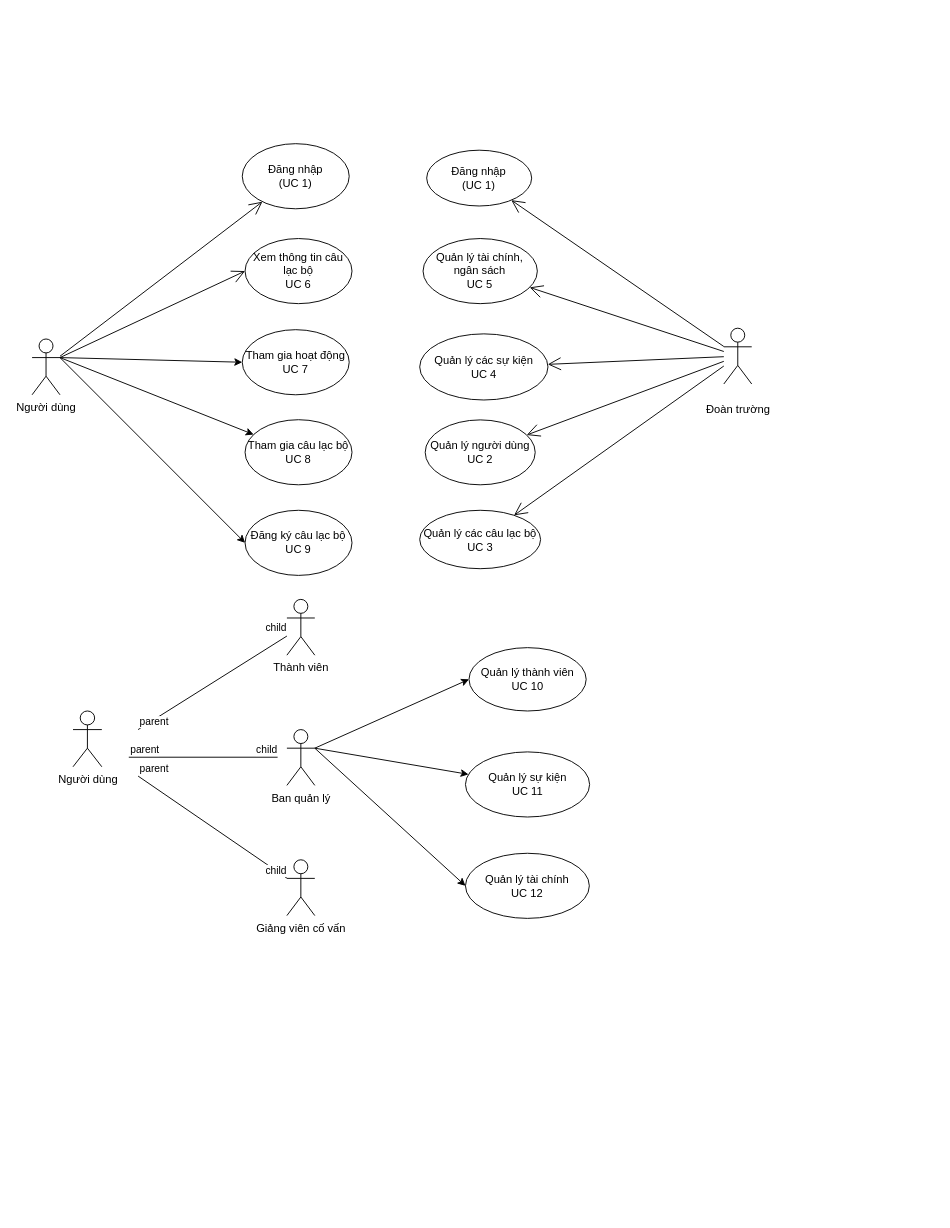
Before: page "users" (16 of 19) of Diagram.drawio in DnhTrn/finall_project, a draw.io diagram. Source tidied: cells renumbered, new cells numbered last; positions are measured from the earlier drawing's top-left corner, leaving out a move shared by most shapes. Both pictures are drawn from the tidied source at 93%, with x=0, y=0 at pixel (32, 143).
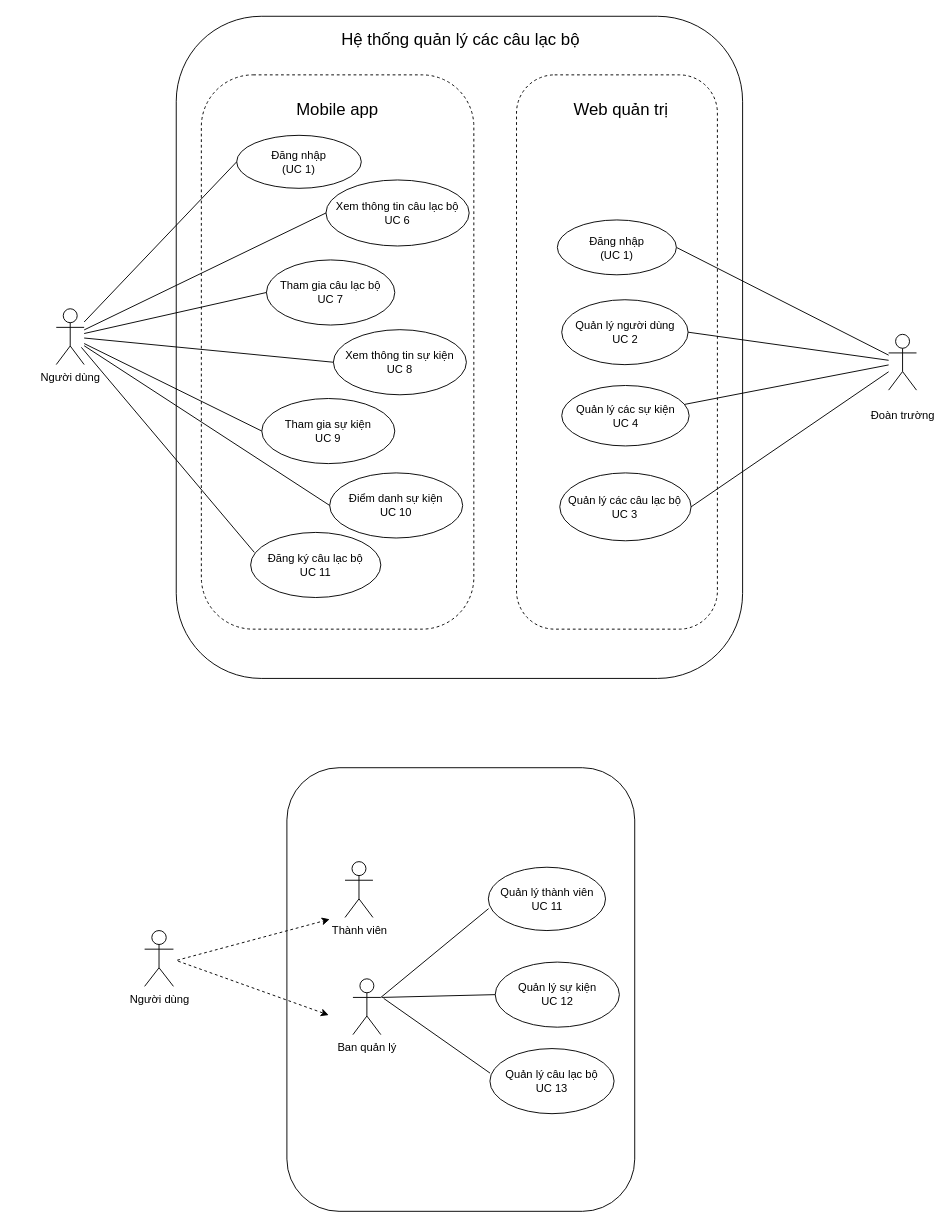
Above is the later version.

Diff of the diagram source:
```diff
@@
+    <mxCell id="43" style="rounded=1;whiteSpace=wrap;html=1;" parent="1" vertex="1">
+      <mxGeometry x="274" y="671" width="374" height="477" as="geometry" />
+    </mxCell>
+    <mxCell id="44" style="rounded=1;whiteSpace=wrap;html=1;" parent="1" vertex="1">
+      <mxGeometry x="155" y="-137" width="609" height="712" as="geometry" />
+    </mxCell>
+    <mxCell id="45" style="rounded=1;whiteSpace=wrap;html=1;arcSize=19;dashed=1;" parent="1" vertex="1">
+      <mxGeometry x="520.9" y="-74" width="216" height="596" as="geometry" />
+    </mxCell>
+    <mxCell id="46" style="rounded=1;whiteSpace=wrap;html=1;arcSize=19;dashed=1;" parent="1" vertex="1">
+      <mxGeometry x="182" y="-74" width="293" height="596" as="geometry" />
+    </mxCell>
     <mxCell id="2" value="Người dùng" style="shape=umlActor;verticalLabelPosition=bottom;verticalAlign=top;html=1;" parent="1" vertex="1">
-      <mxGeometry x="44" y="610" width="31" height="60" as="geometry" />
+      <mxGeometry x="121" y="846.1" width="31" height="60" as="geometry" />
     </mxCell>
-    <mxCell id="3" style="rounded=0;jettySize=auto;html=1;exitX=1;exitY=0.3333333333333333;exitDx=0;exitDy=0;exitPerimeter=0;entryX=0;entryY=0.5;entryDx=0;entryDy=0;" parent="1" edge="1" source="6" target="18">
+    <mxCell id="3" style="rounded=0;jettySize=auto;html=1;exitX=1;exitY=0.3333333333333333;exitDx=0;exitDy=0;exitPerimeter=0;entryX=0.002;entryY=0.654;entryDx=0;entryDy=0;endArrow=none;endFill=0;entryPerimeter=0;" parent="1" edge="1" source="6" target="18">
       <mxGeometry relative="1" as="geometry" />
     </mxCell>
-    <mxCell id="4" style="rounded=0;jettySize=auto;html=1;exitX=1;exitY=0.3333333333333333;exitDx=0;exitDy=0;exitPerimeter=0;" parent="1" edge="1" source="6" target="19">
-      <mxGeometry relative="1" as="geometry" />
-    </mxCell>
-    <mxCell id="5" style="rounded=0;jettySize=auto;html=1;exitX=1;exitY=0.3333333333333333;exitDx=0;exitDy=0;exitPerimeter=0;entryX=0.5;entryY=1;entryDx=0;entryDy=0;" parent="1" edge="1" source="6" target="20">
-      <mxGeometry relative="1" as="geometry" />
-    </mxCell>
     <mxCell id="6" value="Ban quản lý" style="shape=umlActor;verticalLabelPosition=bottom;verticalAlign=top;html=1;outlineConnect=0;" parent="1" vertex="1">
-      <mxGeometry x="274" y="630" width="30" height="60" as="geometry" />
+      <mxGeometry x="345" y="898" width="30" height="60" as="geometry" />
     </mxCell>
     <mxCell id="7" value="Thành viên" style="shape=umlActor;verticalLabelPosition=bottom;verticalAlign=top;html=1;outlineConnect=0;" parent="1" vertex="1">
-      <mxGeometry x="274" y="490" width="30" height="60" as="geometry" />
+      <mxGeometry x="336.5" y="772" width="30" height="60" as="geometry" />
     </mxCell>
-    <mxCell id="8" value="Giảng viên cố vấn" style="shape=umlActor;verticalLabelPosition=bottom;verticalAlign=top;html=1;outlineConnect=0;" parent="1" vertex="1">
-      <mxGeometry x="274" y="770" width="30" height="60" as="geometry" />
-    </mxCell>
-    <mxCell id="9" style="endArrow=none;html=1;rounded=0;" parent="1" edge="1">
-      <mxGeometry relative="1" as="geometry">
-        <mxPoint x="104" y="659.7" as="sourcePoint" />
-        <mxPoint x="264" y="659.7" as="targetPoint" />
-      </mxGeometry>
-    </mxCell>
-    <mxCell id="10" value="parent" style="edgeLabel;html=1;align=left;verticalAlign=bottom;" parent="9" vertex="1">
-      <mxGeometry x="-1" relative="1" as="geometry" />
-    </mxCell>
-    <mxCell id="11" value="child" style="edgeLabel;html=1;align=right;verticalAlign=bottom;" parent="9" vertex="1">
-      <mxGeometry x="1" relative="1" as="geometry" />
-    </mxCell>
-    <mxCell id="12" style="endArrow=none;html=1;rounded=0;" parent="1" edge="1" target="7">
-      <mxGeometry relative="1" as="geometry">
-        <mxPoint x="114" y="630" as="sourcePoint" />
-      </mxGeometry>
-    </mxCell>
-    <mxCell id="13" value="parent" style="edgeLabel;html=1;align=left;verticalAlign=bottom;" parent="12" vertex="1">
-      <mxGeometry x="-1" relative="1" as="geometry" />
-    </mxCell>
-    <mxCell id="14" value="child" style="edgeLabel;html=1;align=right;verticalAlign=bottom;" parent="12" vertex="1">
-      <mxGeometry x="1" relative="1" as="geometry" />
-    </mxCell>
-    <mxCell id="15" style="endArrow=none;html=1;rounded=0;" parent="1" edge="1" target="8">
-      <mxGeometry relative="1" as="geometry">
-        <mxPoint x="114" y="680" as="sourcePoint" />
-      </mxGeometry>
-    </mxCell>
-    <mxCell id="16" value="parent" style="edgeLabel;html=1;align=left;verticalAlign=bottom;" parent="15" vertex="1">
-      <mxGeometry x="-1" relative="1" as="geometry" />
-    </mxCell>
-    <mxCell id="17" value="child" style="edgeLabel;html=1;align=right;verticalAlign=bottom;" parent="15" vertex="1">
-      <mxGeometry x="1" relative="1" as="geometry" />
-    </mxCell>
-    <mxCell id="18" value="Quản lý thành viên&lt;div&gt;UC 10&lt;/div&gt;" style="ellipse;whiteSpace=wrap;html=1;" parent="1" vertex="1">
-      <mxGeometry x="469.8" y="541.9" width="126" height="68.1" as="geometry" />
+    <mxCell id="18" value="Quản lý thành viên&lt;div&gt;UC 11&lt;/div&gt;" style="ellipse;whiteSpace=wrap;html=1;" parent="1" vertex="1">
+      <mxGeometry x="490.6" y="778" width="126" height="68.1" as="geometry" />
     </mxCell>
-    <mxCell id="19" value="Quản lý sự kiện&lt;div&gt;UC 11&lt;/div&gt;" style="ellipse;whiteSpace=wrap;html=1;" parent="1" vertex="1">
-      <mxGeometry x="466" y="654" width="133.5" height="70" as="geometry" />
+    <mxCell id="19" value="Quản lý sự kiện&lt;div&gt;UC 12&lt;/div&gt;" style="ellipse;whiteSpace=wrap;html=1;" parent="1" vertex="1">
+      <mxGeometry x="498" y="880" width="133.5" height="70" as="geometry" />
     </mxCell>
-    <mxCell id="20" value="Quản lý tài chính&lt;div&gt;UC 12&lt;/div&gt;" style="ellipse;whiteSpace=wrap;html=1;direction=south;" parent="1" vertex="1">
-      <mxGeometry x="466" y="763" width="133.2" height="70" as="geometry" />
-    </mxCell>
-    <mxCell id="21" style="rounded=0;jettySize=auto;html=1;exitX=1;exitY=0.3333333333333333;exitDx=0;exitDy=0;exitPerimeter=0;entryX=0;entryY=0.5;entryDx=0;entryDy=0;" parent="1" edge="1" source="24" target="40">
+    <mxCell id="21" style="rounded=0;jettySize=auto;html=1;entryX=0;entryY=0.5;entryDx=0;entryDy=0;endArrow=none;endFill=0;" parent="1" edge="1" source="24" target="40">
       <mxGeometry relative="1" as="geometry" />
     </mxCell>
-    <mxCell id="22" style="rounded=0;jettySize=auto;html=1;exitX=1;exitY=0.3333333333333333;exitDx=0;exitDy=0;exitPerimeter=0;" parent="1" edge="1" source="24" target="41">
-      <mxGeometry relative="1" as="geometry" />
-    </mxCell>
-    <mxCell id="23" style="rounded=0;jettySize=auto;html=1;exitX=1;exitY=0.3333333333333333;exitDx=0;exitDy=0;exitPerimeter=0;entryX=0;entryY=0.5;entryDx=0;entryDy=0;" parent="1" edge="1" source="24" target="42">
-      <mxGeometry relative="1" as="geometry" />
+    <mxCell id="23" style="rounded=0;orthogonalLoop=1;jettySize=auto;html=1;entryX=0;entryY=0.5;entryDx=0;entryDy=0;endArrow=none;endFill=0;" parent="1" edge="1">
+      <mxGeometry relative="1" as="geometry">
+        <mxPoint x="53" y="219" as="sourcePoint" />
+        <mxPoint x="239" y="439.5" as="targetPoint" />
+      </mxGeometry>
     </mxCell>
     <mxCell id="24" value="Người dùng" style="shape=umlActor;verticalLabelPosition=bottom;verticalAlign=top;html=1;outlineConnect=0;" parent="1" vertex="1">
-      <mxGeometry y="210" width="30" height="60" as="geometry" />
+      <mxGeometry x="26" y="177.5" width="30" height="60" as="geometry" />
     </mxCell>
     <mxCell id="25" value="&lt;div&gt;&lt;br&gt;&lt;/div&gt;&lt;div&gt;Đoàn trường&lt;/div&gt;" style="shape=umlActor;verticalLabelPosition=bottom;verticalAlign=top;html=1;outlineConnect=0;" parent="1" vertex="1">
-      <mxGeometry x="743.8" y="198.4" width="30" height="60" as="geometry" />
+      <mxGeometry x="921" y="205" width="30" height="60" as="geometry" />
     </mxCell>
     <mxCell id="26" value="Quản lý các câu lạc bộ&lt;div&gt;UC 3&lt;/div&gt;" style="ellipse;whiteSpace=wrap;html=1;" parent="1" vertex="1">
-      <mxGeometry x="416.8" y="394.2" width="130" height="62.8" as="geometry" />
+      <mxGeometry x="567.4" y="354" width="141.2" height="73" as="geometry" />
     </mxCell>
     <mxCell id="27" value="Đăng nhập&lt;div&gt;(UC 1)&lt;/div&gt;" style="ellipse;whiteSpace=wrap;html=1;" parent="1" vertex="1">
-      <mxGeometry x="226" width="115" height="70" as="geometry" />
+      <mxGeometry x="220" y="-9" width="134" height="57" as="geometry" />
     </mxCell>
-    <mxCell id="28" style="endArrow=open;endFill=1;endSize=12;html=1;rounded=0;" parent="1" edge="1" source="24" target="27">
+    <mxCell id="28" style="endArrow=none;endFill=0;endSize=12;html=1;rounded=0;entryX=0;entryY=0.5;entryDx=0;entryDy=0;" parent="1" edge="1" source="24" target="27">
       <mxGeometry relative="1" as="geometry" />
     </mxCell>
-    <mxCell id="29" style="endArrow=open;endFill=1;endSize=12;html=1;rounded=0;" parent="1" edge="1" source="25" target="26">
+    <mxCell id="29" style="endArrow=none;endFill=0;endSize=12;html=1;rounded=0;entryX=1;entryY=0.5;entryDx=0;entryDy=0;" parent="1" edge="1" source="25" target="26">
       <mxGeometry relative="1" as="geometry" />
     </mxCell>
     <mxCell id="30" value="Quản lý các&lt;span style=&quot;background-color: initial;&quot;&gt;&amp;nbsp;sự kiện&lt;/span&gt;&lt;div&gt;&lt;span style=&quot;background-color: initial;&quot;&gt;UC 4&lt;/span&gt;&lt;/div&gt;" style="ellipse;whiteSpace=wrap;html=1;" parent="1" vertex="1">
-      <mxGeometry x="416.8" y="204.5" width="137.9" height="71.1" as="geometry" />
+      <mxGeometry x="569.5" y="260" width="137" height="65" as="geometry" />
     </mxCell>
-    <mxCell id="31" value="Quản lý tài chính,&lt;div&gt;&lt;span style=&quot;background-color: initial;&quot;&gt;ngân sách&lt;/span&gt;&lt;/div&gt;&lt;div&gt;&lt;span style=&quot;background-color: initial;&quot;&gt;UC 5&lt;/span&gt;&lt;/div&gt;" style="ellipse;whiteSpace=wrap;html=1;" parent="1" vertex="1">
-      <mxGeometry x="420.4" y="102" width="122.9" height="70" as="geometry" />
-    </mxCell>
     <mxCell id="32" value="Quản lý người dùng&lt;div&gt;UC 2&lt;/div&gt;" style="ellipse;whiteSpace=wrap;html=1;" parent="1" vertex="1">
-      <mxGeometry x="422.7" y="297" width="118.3" height="69.8" as="geometry" />
+      <mxGeometry x="569.5" y="167.8" width="135.9" height="69.8" as="geometry" />
     </mxCell>
-    <mxCell id="33" style="endArrow=open;endFill=1;endSize=12;html=1;rounded=0;" parent="1" edge="1" source="25" target="32">
+    <mxCell id="33" style="endArrow=none;endFill=0;endSize=12;html=1;rounded=0;entryX=1;entryY=0.5;entryDx=0;entryDy=0;" parent="1" edge="1" source="25" target="32">
       <mxGeometry relative="1" as="geometry" />
     </mxCell>
-    <mxCell id="34" style="endArrow=open;endFill=1;endSize=12;html=1;rounded=0;" parent="1" edge="1" source="25" target="30">
+    <mxCell id="34" style="endArrow=none;endFill=0;endSize=12;html=1;rounded=0;" parent="1" edge="1" source="25" target="30">
       <mxGeometry relative="1" as="geometry" />
     </mxCell>
-    <mxCell id="35" style="endArrow=open;endFill=1;endSize=12;html=1;rounded=0;" parent="1" edge="1" source="25" target="31">
-      <mxGeometry relative="1" as="geometry" />
-    </mxCell>
-    <mxCell id="36" value="Đăng nhập&lt;div&gt;(UC 1)&lt;/div&gt;" style="ellipse;whiteSpace=wrap;html=1;" parent="1" vertex="1">
-      <mxGeometry x="424.3" y="7" width="112.9" height="60" as="geometry" />
-    </mxCell>
-    <mxCell id="37" style="endArrow=open;endFill=1;endSize=12;html=1;rounded=0;" parent="1" edge="1" source="25" target="36">
+    <mxCell id="37" style="endArrow=none;endFill=0;endSize=12;html=1;rounded=0;entryX=1;entryY=0.5;entryDx=0;entryDy=0;" parent="1" edge="1" source="25" target="36">
       <mxGeometry relative="1" as="geometry" />
     </mxCell>
     <mxCell id="38" value="Xem thông tin câu lạc bộ&lt;div&gt;UC 6&lt;/div&gt;" style="ellipse;whiteSpace=wrap;html=1;" parent="1" vertex="1">
-      <mxGeometry x="229" y="102" width="115" height="70" as="geometry" />
+      <mxGeometry x="316" y="39" width="154" height="71" as="geometry" />
     </mxCell>
-    <mxCell id="39" style="endArrow=open;endFill=1;endSize=12;html=1;rounded=0;exitX=1;exitY=0.3333333333333333;exitDx=0;exitDy=0;exitPerimeter=0;entryX=0;entryY=0.5;entryDx=0;entryDy=0;" parent="1" edge="1" source="24" target="38">
+    <mxCell id="39" style="endArrow=none;endFill=0;endSize=12;html=1;rounded=0;entryX=0;entryY=0.5;entryDx=0;entryDy=0;" parent="1" edge="1" source="24" target="38">
       <mxGeometry relative="1" as="geometry" />
     </mxCell>
-    <mxCell id="40" value="Tham gia hoạt động&lt;div&gt;UC 7&lt;/div&gt;" style="ellipse;whiteSpace=wrap;html=1;" parent="1" vertex="1">
-      <mxGeometry x="226" y="200" width="115" height="70" as="geometry" />
+    <mxCell id="40" value="Tham gia sự kiện&lt;div&gt;UC 9&lt;/div&gt;" style="ellipse;whiteSpace=wrap;html=1;" parent="1" vertex="1">
+      <mxGeometry x="247" y="274" width="143" height="70" as="geometry" />
     </mxCell>
-    <mxCell id="41" value="Tham gia câu lạc bộ&lt;div&gt;UC 8&lt;/div&gt;" style="ellipse;whiteSpace=wrap;html=1;" parent="1" vertex="1">
-      <mxGeometry x="229" y="296.8" width="115" height="70" as="geometry" />
+    <mxCell id="41" value="Tham gia câu lạc bộ&lt;div&gt;UC 7&lt;/div&gt;" style="ellipse;whiteSpace=wrap;html=1;" parent="1" vertex="1">
+      <mxGeometry x="252" y="125" width="138" height="70" as="geometry" />
     </mxCell>
-    <mxCell id="42" value="Đăng ký câu lạc bộ&lt;div&gt;UC 9&lt;/div&gt;" style="ellipse;whiteSpace=wrap;html=1;" parent="1" vertex="1">
-      <mxGeometry x="229" y="394.2" width="115" height="70" as="geometry" />
+    <mxCell id="42" value="Đăng ký câu lạc bộ&lt;div&gt;UC 11&lt;/div&gt;" style="ellipse;whiteSpace=wrap;html=1;" parent="1" vertex="1">
+      <mxGeometry x="235" y="418" width="140" height="70" as="geometry" />
     </mxCell>
+    <mxCell id="47" value="Quản lý câu lạc bộ&lt;div&gt;UC 13&lt;/div&gt;" style="ellipse;whiteSpace=wrap;html=1;" parent="1" vertex="1">
+      <mxGeometry x="492.3" y="973" width="133.5" height="70" as="geometry" />
+    </mxCell>
+    <mxCell id="48" style="rounded=0;orthogonalLoop=1;jettySize=auto;html=1;dashed=1;" parent="1" edge="1">
+      <mxGeometry relative="1" as="geometry">
+        <mxPoint x="156" y="878" as="sourcePoint" />
+        <mxPoint x="320" y="834" as="targetPoint" />
+      </mxGeometry>
+    </mxCell>
+    <mxCell id="49" style="rounded=0;orthogonalLoop=1;jettySize=auto;html=1;dashed=1;" parent="1" edge="1">
+      <mxGeometry relative="1" as="geometry">
+        <mxPoint x="157" y="879" as="sourcePoint" />
+        <mxPoint x="319" y="937" as="targetPoint" />
+      </mxGeometry>
+    </mxCell>
+    <mxCell id="50" style="rounded=0;jettySize=auto;html=1;entryX=0;entryY=0.5;entryDx=0;entryDy=0;endArrow=none;endFill=0;" parent="1" edge="1" target="19">
+      <mxGeometry relative="1" as="geometry">
+        <mxPoint x="376" y="918" as="sourcePoint" />
+      </mxGeometry>
+    </mxCell>
+    <mxCell id="51" style="rounded=0;jettySize=auto;html=1;entryX=0.001;entryY=0.377;entryDx=0;entryDy=0;endArrow=none;endFill=0;entryPerimeter=0;" parent="1" edge="1" target="47">
+      <mxGeometry relative="1" as="geometry">
+        <mxPoint x="378" y="919" as="sourcePoint" />
+      </mxGeometry>
+    </mxCell>
+    <mxCell id="52" value="&lt;span style=&quot;font-size: 18px;&quot;&gt;Hệ thống quản lý các câu lạc bộ&lt;/span&gt;" style="text;html=1;align=center;verticalAlign=middle;whiteSpace=wrap;rounded=0;" parent="1" vertex="1">
+      <mxGeometry x="324" y="-127" width="274" height="30" as="geometry" />
+    </mxCell>
+    <mxCell id="36" value="Đăng nhập&lt;div&gt;(UC 1)&lt;/div&gt;" style="ellipse;whiteSpace=wrap;html=1;" parent="1" vertex="1">
+      <mxGeometry x="564.8" y="82" width="128" height="59" as="geometry" />
+    </mxCell>
+    <mxCell id="22" style="rounded=0;jettySize=auto;html=1;entryX=0;entryY=0.5;entryDx=0;entryDy=0;endArrow=none;endFill=0;" parent="1" edge="1" source="24" target="41">
+      <mxGeometry relative="1" as="geometry" />
+    </mxCell>
+    <mxCell id="53" value="&lt;span style=&quot;font-size: 18px;&quot;&gt;Web quản trị&lt;/span&gt;" style="text;html=1;align=center;verticalAlign=middle;whiteSpace=wrap;rounded=0;" parent="1" vertex="1">
+      <mxGeometry x="549" y="-51" width="169" height="30" as="geometry" />
+    </mxCell>
+    <mxCell id="54" value="&lt;span style=&quot;font-size: 18px;&quot;&gt;Mobile app&lt;/span&gt;" style="text;html=1;align=center;verticalAlign=middle;whiteSpace=wrap;rounded=0;" parent="1" vertex="1">
+      <mxGeometry x="244" y="-51" width="169" height="30" as="geometry" />
+    </mxCell>
+    <mxCell id="55" value="Xem thông tin sự kiện&lt;div&gt;UC 8&lt;/div&gt;" style="ellipse;whiteSpace=wrap;html=1;" parent="1" vertex="1">
+      <mxGeometry x="324" y="200" width="143" height="70" as="geometry" />
+    </mxCell>
+    <mxCell id="56" style="rounded=0;jettySize=auto;html=1;entryX=0;entryY=0.5;entryDx=0;entryDy=0;endArrow=none;endFill=0;" parent="1" edge="1" source="24" target="55">
+      <mxGeometry relative="1" as="geometry" />
+    </mxCell>
+    <mxCell id="57" value="Điểm danh sự kiện&lt;br&gt;&lt;div&gt;UC 10&lt;/div&gt;" style="ellipse;whiteSpace=wrap;html=1;" parent="1" vertex="1">
+      <mxGeometry x="320" y="354" width="143" height="70" as="geometry" />
+    </mxCell>
+    <mxCell id="58" style="rounded=0;jettySize=auto;html=1;entryX=0;entryY=0.5;entryDx=0;entryDy=0;endArrow=none;endFill=0;" parent="1" edge="1" source="24" target="57">
+      <mxGeometry relative="1" as="geometry" />
+    </mxCell>
```
